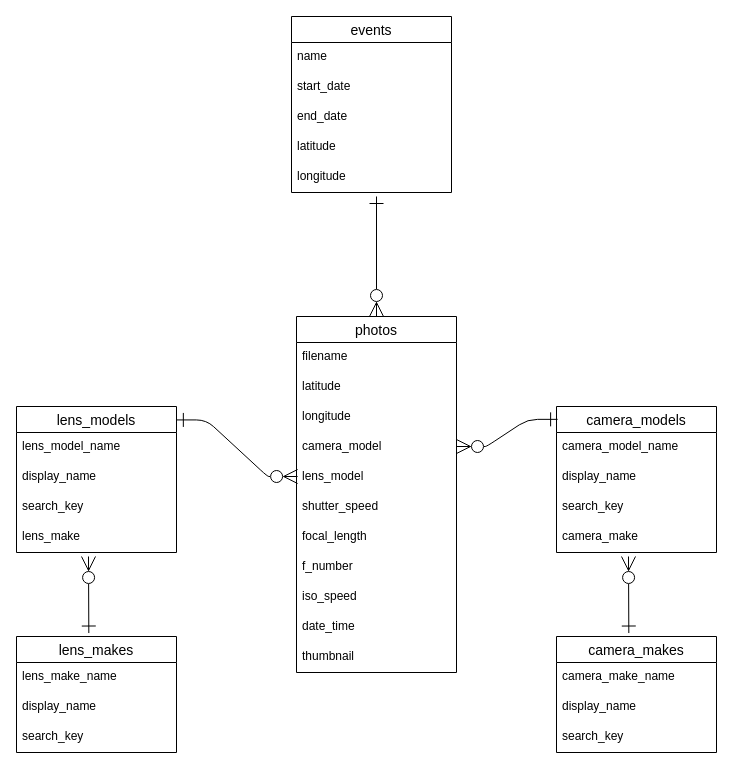
Before: db/er.dio in roundshape/life_album, a draw.io diagram. Source tidied: cells renumbered, new cells numbered last; positions are measured from the earlier drawing's top-left corner, leaving out a move shared by most shapes. Both pictures are drawn from the tidied source at 100%, with x=0, y=0 at pixel (16, 16).
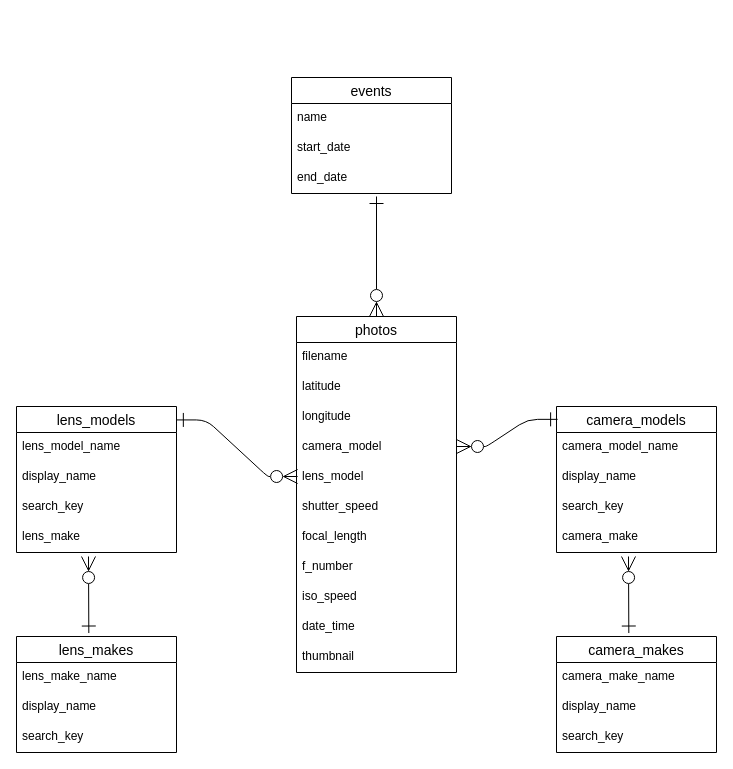
Above is the later version.

The edit, as a diff of the source:
```diff
@@
     <mxCell id="14" value="events" style="swimlane;fontStyle=0;horizontal=1;startSize=26;align=center;fontSize=14;fillStyle=solid;" parent="1" vertex="1">
-      <mxGeometry x="275" width="160" height="176" as="geometry" />
+      <mxGeometry x="275" y="61" width="160" height="116" as="geometry" />
     </mxCell>
@@
-    <mxCell id="18" value="latitude" style="text;strokeColor=none;fillColor=none;spacingLeft=4;spacingRight=4;overflow=hidden;fontSize=12;fillStyle=solid;" parent="14" vertex="1">
-      <mxGeometry y="116" width="160" height="30" as="geometry" />
-    </mxCell>
-    <mxCell id="19" value="longitude" style="text;strokeColor=none;fillColor=none;spacingLeft=4;spacingRight=4;overflow=hidden;fontSize=12;fillStyle=solid;" parent="14" vertex="1">
-      <mxGeometry y="146" width="160" height="30" as="geometry" />
-    </mxCell>
```
